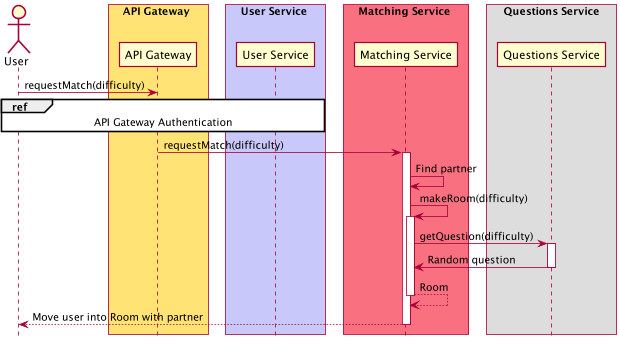
CS3219-AY2223S1/cs3219-project-ay2223s1-g22 keeps this PlantUML diagram as project-report/images/matching-questions-service.png. Above is the earlier version.
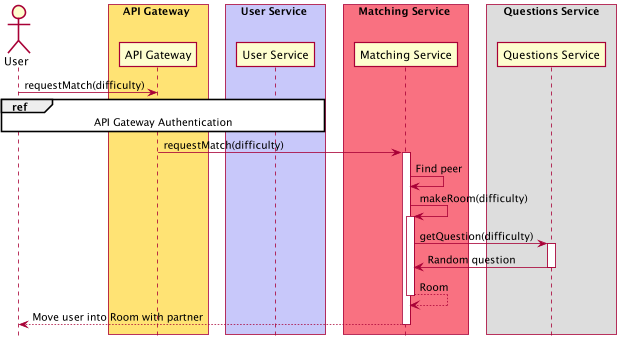
The same file after the commit.

Commit message:
Change 'partner' to 'peer' in sequence diagram

The edit, as a diff of the source:
```diff
@@ -26,7 +26,7 @@
 APIGateway -> MatchingService: requestMatch(difficulty)
 
 activate MatchingService
-MatchingService -> MatchingService: Find partner
+MatchingService -> MatchingService: Find peer
 MatchingService -> MatchingService: makeRoom(difficulty)
 activate MatchingService
 MatchingService -> QuestionsService: getQuestion(difficulty)
```
